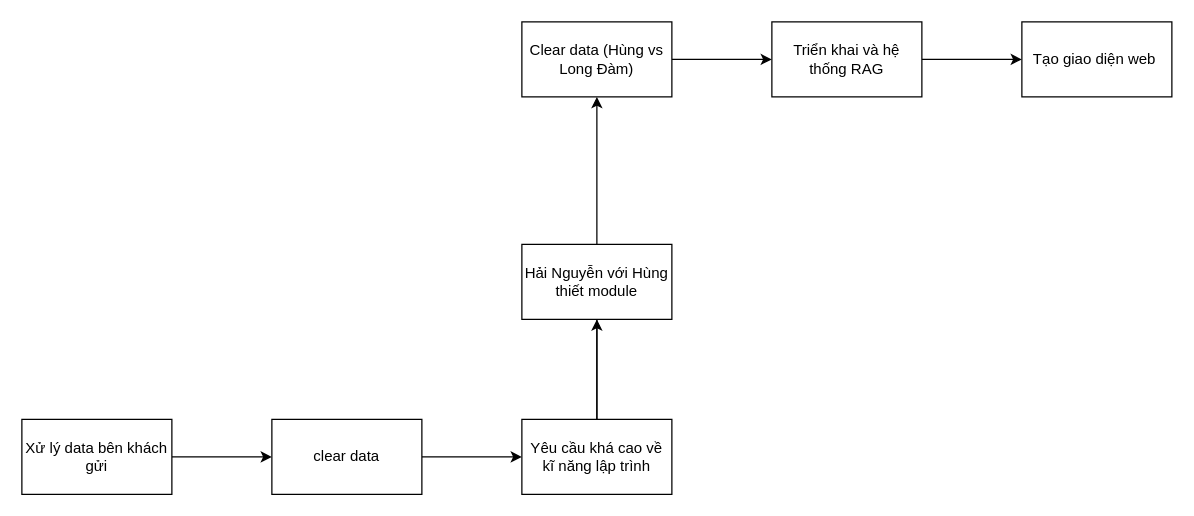
This is page "Chung" (1 of 7) of ID.drawio from PhamVanHung412004/Building_a_physics_problem_solving_system, a draw.io file, before an edit. Source tidied: cells renumbered, new cells numbered last; positions are measured from the earlier drawing's top-left corner, leaving out a move shared by most shapes. Both pictures are drawn from the tidied source at 125%, with x=0, y=0 at pixel (21, 21).
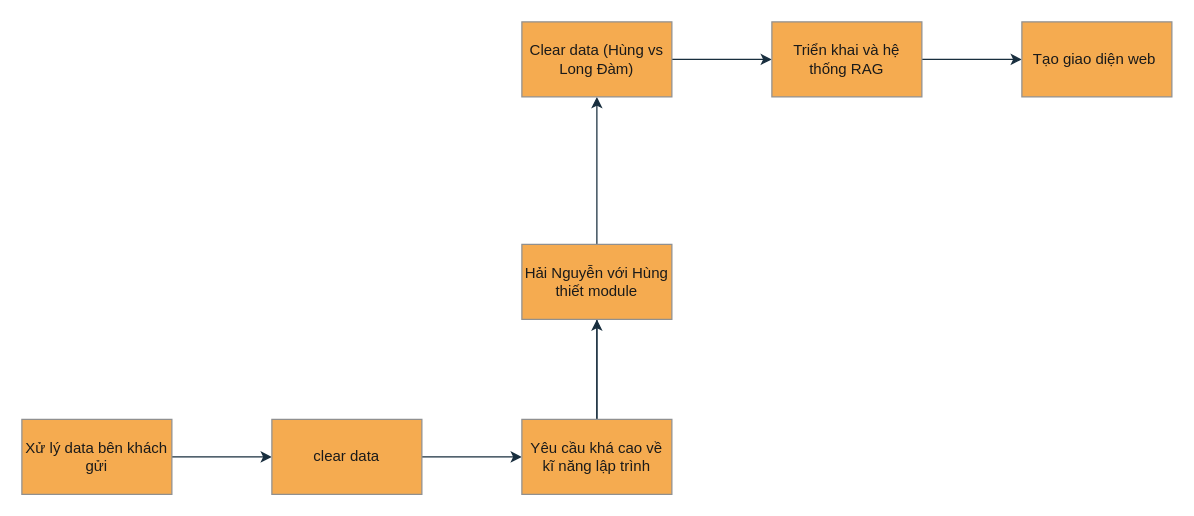
The same diagram, later.

Diff of the diagram source:
```diff
@@
 <mxGraphModel>
   <root>
     <mxCell id="0" />
     <mxCell id="1" parent="0" />
-    <mxCell id="2" style="edgeStyle=orthogonalEdgeStyle;rounded=0;jettySize=auto;html=1;" parent="1" edge="1" source="3" target="5">
+    <mxCell id="2" style="edgeStyle=orthogonalEdgeStyle;rounded=0;jettySize=auto;html=1;labelBackgroundColor=none;strokeColor=#182E3E;fontColor=default;" parent="1" edge="1" source="3" target="5">
       <mxGeometry relative="1" as="geometry" />
     </mxCell>
-    <mxCell id="3" value="Xử lý data bên khách gửi" style="rounded=0;whiteSpace=wrap;html=1;" parent="1" vertex="1">
+    <mxCell id="3" value="Xử lý data bên khách gửi" style="rounded=0;whiteSpace=wrap;html=1;labelBackgroundColor=none;fillColor=#F5AB50;strokeColor=#909090;fontColor=#1A1A1A;" parent="1" vertex="1">
       <mxGeometry y="318" width="120" height="60" as="geometry" />
     </mxCell>
-    <mxCell id="4" style="edgeStyle=orthogonalEdgeStyle;rounded=0;jettySize=auto;html=1;" parent="1" edge="1" source="5" target="8">
+    <mxCell id="4" style="edgeStyle=orthogonalEdgeStyle;rounded=0;jettySize=auto;html=1;labelBackgroundColor=none;strokeColor=#182E3E;fontColor=default;" parent="1" edge="1" source="5" target="8">
       <mxGeometry relative="1" as="geometry" />
     </mxCell>
-    <mxCell id="5" value="clear data" style="whiteSpace=wrap;html=1;rounded=0;" parent="1" vertex="1">
+    <mxCell id="5" value="clear data" style="whiteSpace=wrap;html=1;rounded=0;labelBackgroundColor=none;fillColor=#F5AB50;strokeColor=#909090;fontColor=#1A1A1A;" parent="1" vertex="1">
       <mxGeometry x="200" y="318" width="120" height="60" as="geometry" />
     </mxCell>
-    <mxCell id="6" style="edgeStyle=orthogonalEdgeStyle;rounded=0;jettySize=auto;html=1;" parent="1" edge="1" source="8" target="9">
+    <mxCell id="6" style="edgeStyle=orthogonalEdgeStyle;rounded=0;jettySize=auto;html=1;labelBackgroundColor=none;strokeColor=#182E3E;fontColor=default;" parent="1" edge="1" source="8" target="9">
       <mxGeometry relative="1" as="geometry" />
     </mxCell>
-    <mxCell id="7" style="edgeStyle=orthogonalEdgeStyle;rounded=0;jettySize=auto;html=1;" parent="1" edge="1" source="8" target="11">
+    <mxCell id="7" style="edgeStyle=orthogonalEdgeStyle;rounded=0;jettySize=auto;html=1;labelBackgroundColor=none;strokeColor=#182E3E;fontColor=default;" parent="1" edge="1" source="8" target="11">
       <mxGeometry relative="1" as="geometry" />
     </mxCell>
-    <mxCell id="8" value="Yêu cầu khá cao về kĩ năng lập trình" style="whiteSpace=wrap;html=1;rounded=0;" parent="1" vertex="1">
+    <mxCell id="8" value="Yêu cầu khá cao về kĩ năng lập trình" style="whiteSpace=wrap;html=1;rounded=0;labelBackgroundColor=none;fillColor=#F5AB50;strokeColor=#909090;fontColor=#1A1A1A;" parent="1" vertex="1">
       <mxGeometry x="400" y="318" width="120" height="60" as="geometry" />
     </mxCell>
-    <mxCell id="9" value="Hải Nguyễn với Hùng thiết module" style="whiteSpace=wrap;html=1;rounded=0;" parent="1" vertex="1">
+    <mxCell id="9" value="Hải Nguyễn với Hùng thiết module" style="whiteSpace=wrap;html=1;rounded=0;labelBackgroundColor=none;fillColor=#F5AB50;strokeColor=#909090;fontColor=#1A1A1A;" parent="1" vertex="1">
       <mxGeometry x="400" y="178" width="120" height="60" as="geometry" />
     </mxCell>
-    <mxCell id="10" style="edgeStyle=orthogonalEdgeStyle;rounded=0;jettySize=auto;html=1;" parent="1" edge="1" source="11" target="13">
+    <mxCell id="10" style="edgeStyle=orthogonalEdgeStyle;rounded=0;jettySize=auto;html=1;labelBackgroundColor=none;strokeColor=#182E3E;fontColor=default;" parent="1" edge="1" source="11" target="13">
       <mxGeometry relative="1" as="geometry" />
     </mxCell>
-    <mxCell id="11" value="Clear data (Hùng vs Long Đàm)" style="whiteSpace=wrap;html=1;rounded=0;" parent="1" vertex="1">
+    <mxCell id="11" value="Clear data (Hùng vs Long Đàm)" style="whiteSpace=wrap;html=1;rounded=0;labelBackgroundColor=none;fillColor=#F5AB50;strokeColor=#909090;fontColor=#1A1A1A;" parent="1" vertex="1">
       <mxGeometry x="400" width="120" height="60" as="geometry" />
     </mxCell>
-    <mxCell id="12" style="edgeStyle=orthogonalEdgeStyle;rounded=0;jettySize=auto;html=1;" parent="1" edge="1" source="13" target="14">
+    <mxCell id="12" style="edgeStyle=orthogonalEdgeStyle;rounded=0;jettySize=auto;html=1;labelBackgroundColor=none;strokeColor=#182E3E;fontColor=default;" parent="1" edge="1" source="13" target="14">
       <mxGeometry relative="1" as="geometry" />
     </mxCell>
-    <mxCell id="13" value="Triển khai và hệ thống RAG" style="whiteSpace=wrap;html=1;rounded=0;" parent="1" vertex="1">
+    <mxCell id="13" value="Triển khai và hệ thống RAG" style="whiteSpace=wrap;html=1;rounded=0;labelBackgroundColor=none;fillColor=#F5AB50;strokeColor=#909090;fontColor=#1A1A1A;" parent="1" vertex="1">
       <mxGeometry x="600" width="120" height="60" as="geometry" />
     </mxCell>
-    <mxCell id="14" value="Tạo giao diện web&amp;nbsp;" style="whiteSpace=wrap;html=1;rounded=0;" parent="1" vertex="1">
+    <mxCell id="14" value="Tạo giao diện web&amp;nbsp;" style="whiteSpace=wrap;html=1;rounded=0;labelBackgroundColor=none;fillColor=#F5AB50;strokeColor=#909090;fontColor=#1A1A1A;" parent="1" vertex="1">
       <mxGeometry x="800" width="120" height="60" as="geometry" />
     </mxCell>
   </root>
 </mxGraphModel>
```
